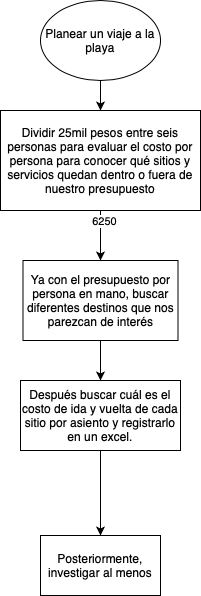
Above: travelBeach.png in missphoneme/ejercicios-kodemia (draw.io), before the change. Source tidied: cells renumbered, new cells last; positions are measured from the earlier drawing's top-left corner, leaving out a move shared by most shapes.
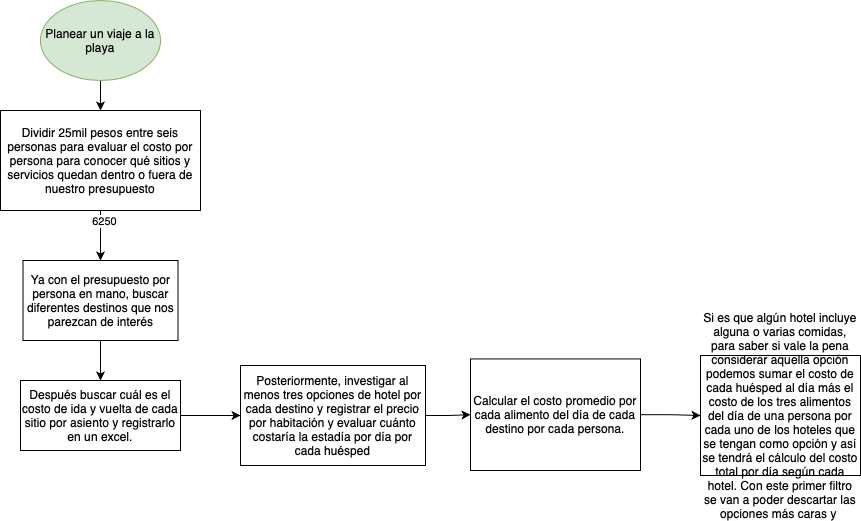
After the change.

The edit, as a diff of the source:
```diff
@@ -5,7 +5,7 @@
     <mxCell id="2" style="edgeStyle=orthogonalEdgeStyle;rounded=0;jettySize=auto;html=1;" parent="1" edge="1" source="3" target="6">
       <mxGeometry relative="1" as="geometry" />
     </mxCell>
-    <mxCell id="3" value="Planear un viaje a la playa" style="ellipse;whiteSpace=wrap;html=1;" parent="1" vertex="1">
+    <mxCell id="3" value="Planear un viaje a la playa" style="ellipse;whiteSpace=wrap;html=1;fillColor=#d5e8d4;strokeColor=#82b366;" parent="1" vertex="1">
       <mxGeometry x="40" width="120" height="80" as="geometry" />
     </mxCell>
     <mxCell id="4" style="edgeStyle=orthogonalEdgeStyle;rounded=0;jettySize=auto;html=1;" parent="1" edge="1" source="6" target="8">
@@ -29,8 +29,20 @@
     <mxCell id="10" value="Después buscar cuál es el costo de ida y vuelta de cada sitio por asiento y registrarlo en un excel." style="rounded=0;whiteSpace=wrap;html=1;" parent="1" vertex="1">
       <mxGeometry x="20" y="380" width="160" height="70" as="geometry" />
     </mxCell>
+    <mxCell id="12" style="edgeStyle=orthogonalEdgeStyle;rounded=0;jettySize=auto;html=1;" parent="1" edge="1" source="11" target="14">
+      <mxGeometry relative="1" as="geometry" />
+    </mxCell>
-    <mxCell id="11" value="Posteriormente, investigar al menos" style="whiteSpace=wrap;html=1;rounded=0;" parent="1" vertex="1">
-      <mxGeometry x="40" y="535" width="120" height="60" as="geometry" />
+    <mxCell id="11" value="Posteriormente, investigar al menos tres opciones de hotel por cada destino y registrar el precio por habitación y evaluar cuánto costaría la estadía por día por cada huésped" style="whiteSpace=wrap;html=1;rounded=0;" parent="1" vertex="1">
+      <mxGeometry x="240" y="365" width="185" height="100" as="geometry" />
     </mxCell>
+    <mxCell id="13" style="edgeStyle=orthogonalEdgeStyle;rounded=0;jettySize=auto;html=1;" parent="1" edge="1" source="14" target="15">
+      <mxGeometry relative="1" as="geometry" />
+    </mxCell>
+    <mxCell id="14" value="Calcular el costo promedio por cada alimento del día de cada destino por cada persona." style="whiteSpace=wrap;html=1;rounded=0;" parent="1" vertex="1">
+      <mxGeometry x="470" y="358.4" width="170" height="111.6" as="geometry" />
+    </mxCell>
+    <mxCell id="15" value="Si es que algún hotel incluye alguna o varias comidas, para saber si vale la pena considerar aquella opción podemos sumar el costo de cada huésped al día más el costo de los tres alimentos del día de una persona por cada uno de los hoteles que se tengan como opción y así se tendrá el cálculo del costo total por día según cada hotel. Con este primer filtro se van a poder descartar las opciones más caras y&amp;nbsp;" style="whiteSpace=wrap;html=1;rounded=0;" parent="1" vertex="1">
+      <mxGeometry x="700" y="355" width="160" height="120" as="geometry" />
+    </mxCell>
   </root>
 </mxGraphModel>
```
